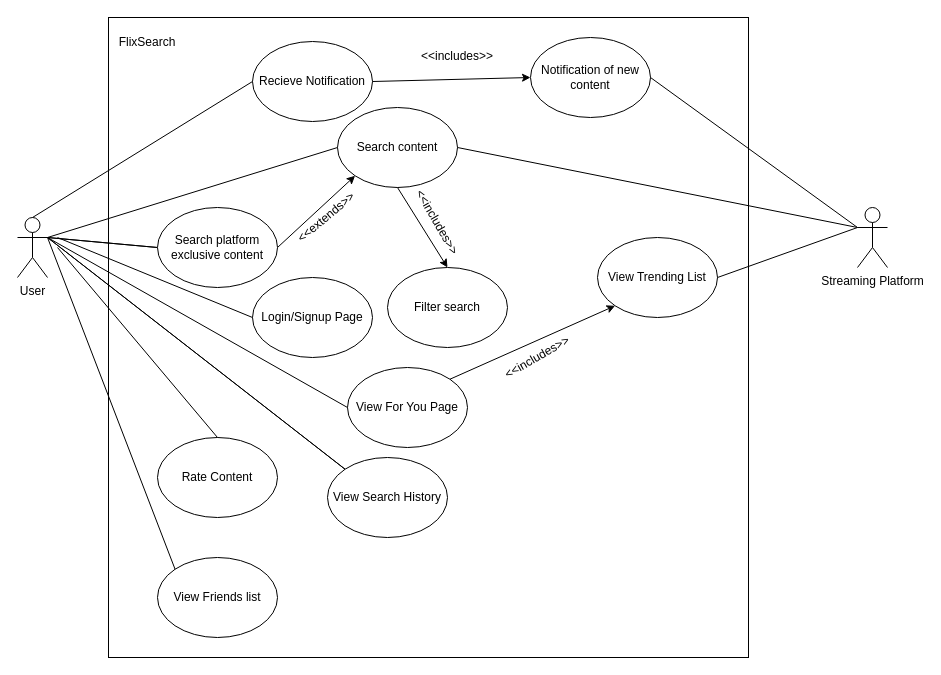
Above: SystemRequirements/FlixSearchDiagram.drawio in Miron47/FlixSearchRepo (draw.io), before the change. Source tidied: cells renumbered, new cells numbered last; positions are measured from the earlier drawing's top-left corner, leaving out a move shared by most shapes. Both pictures are drawn from the tidied source at 100%, with x=0, y=0 at pixel (17, 17).
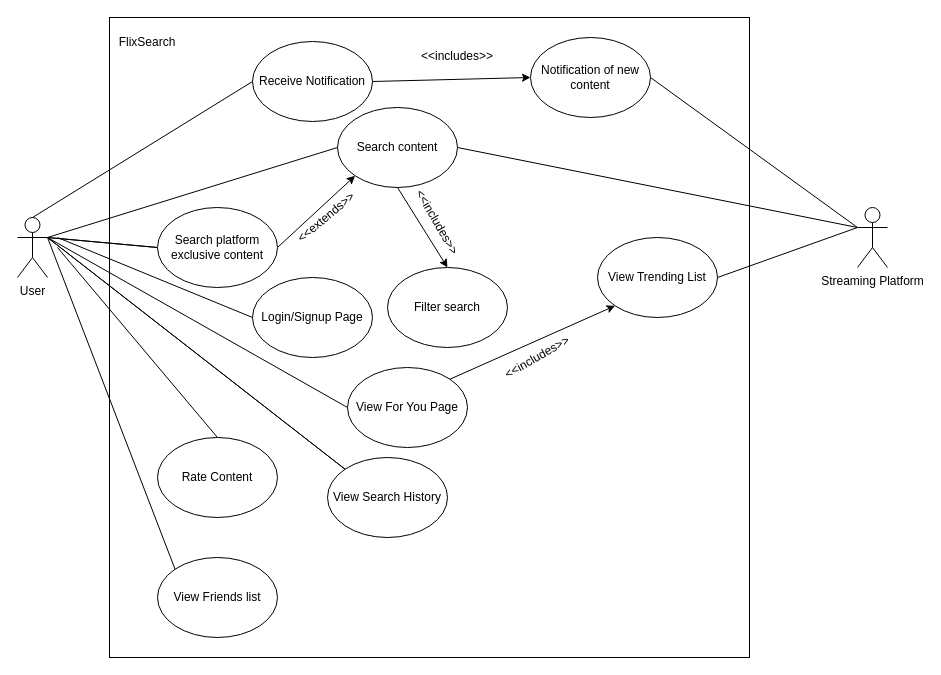
After the change.

The edit, as a diff of the source:
```diff
@@
     <mxCell id="2" style="whiteSpace=wrap;html=1;" parent="1" vertex="1">
-      <mxGeometry x="91" width="640" height="640" as="geometry" />
+      <mxGeometry x="92" width="640" height="640" as="geometry" />
     </mxCell>
@@
-    <mxCell id="11" value="Recieve Notification" style="ellipse;whiteSpace=wrap;html=1;" parent="1" vertex="1">
+    <mxCell id="11" value="Receive Notification" style="ellipse;whiteSpace=wrap;html=1;" parent="1" vertex="1">
       <mxGeometry x="235" y="24" width="120" height="80" as="geometry" />
     </mxCell>
```
